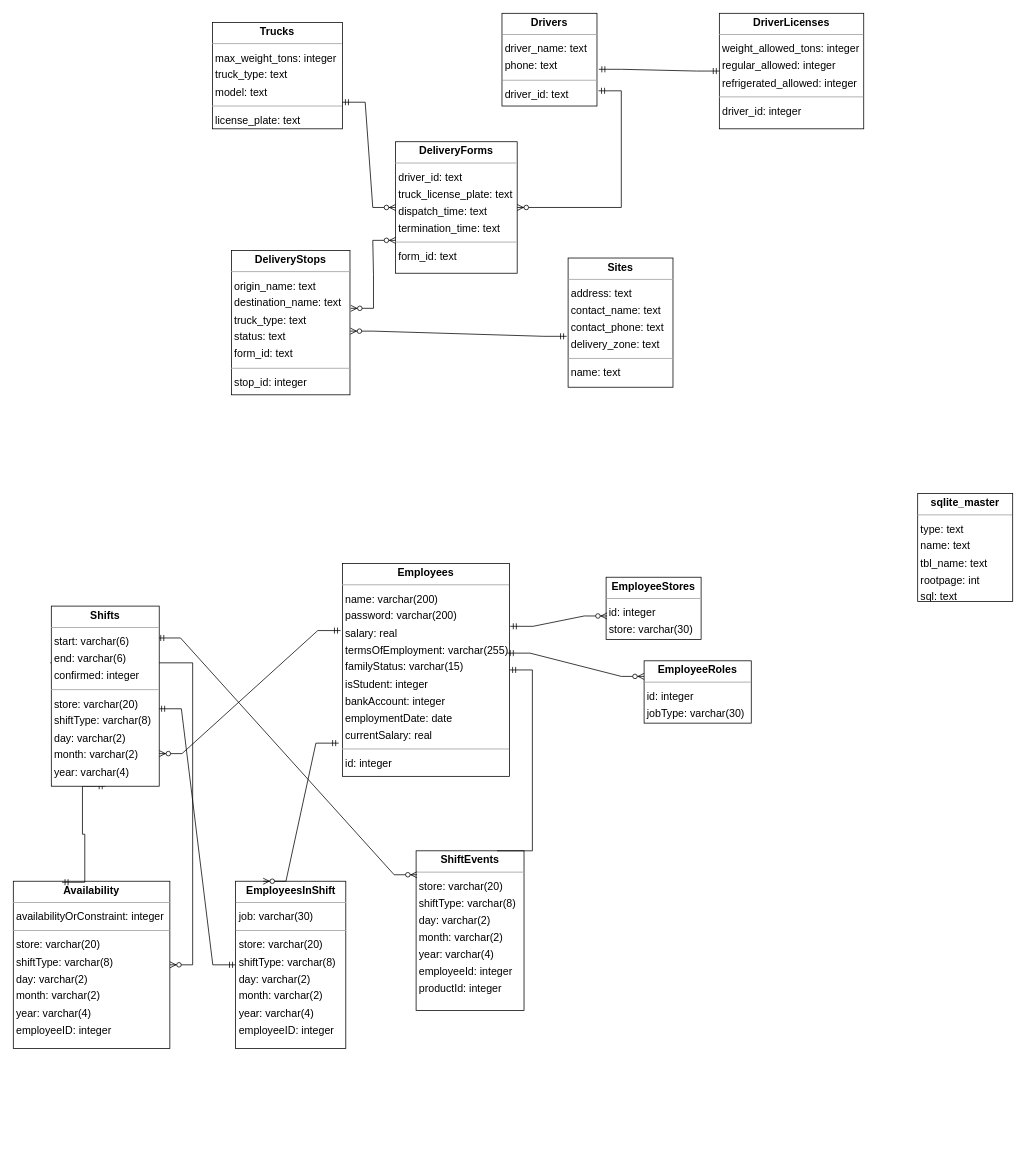
This is docs/DB ERD/HR_Deliveries_Database.drawio from peleg-bb/Supermarket-System, a draw.io file, before an edit. Source tidied: cells renumbered, new cells numbered last; positions are measured from the earlier drawing's top-left corner, leaving out a move shared by most shapes. Both pictures are drawn from the tidied source at 76%, with x=0, y=0 at pixel (13, 13).
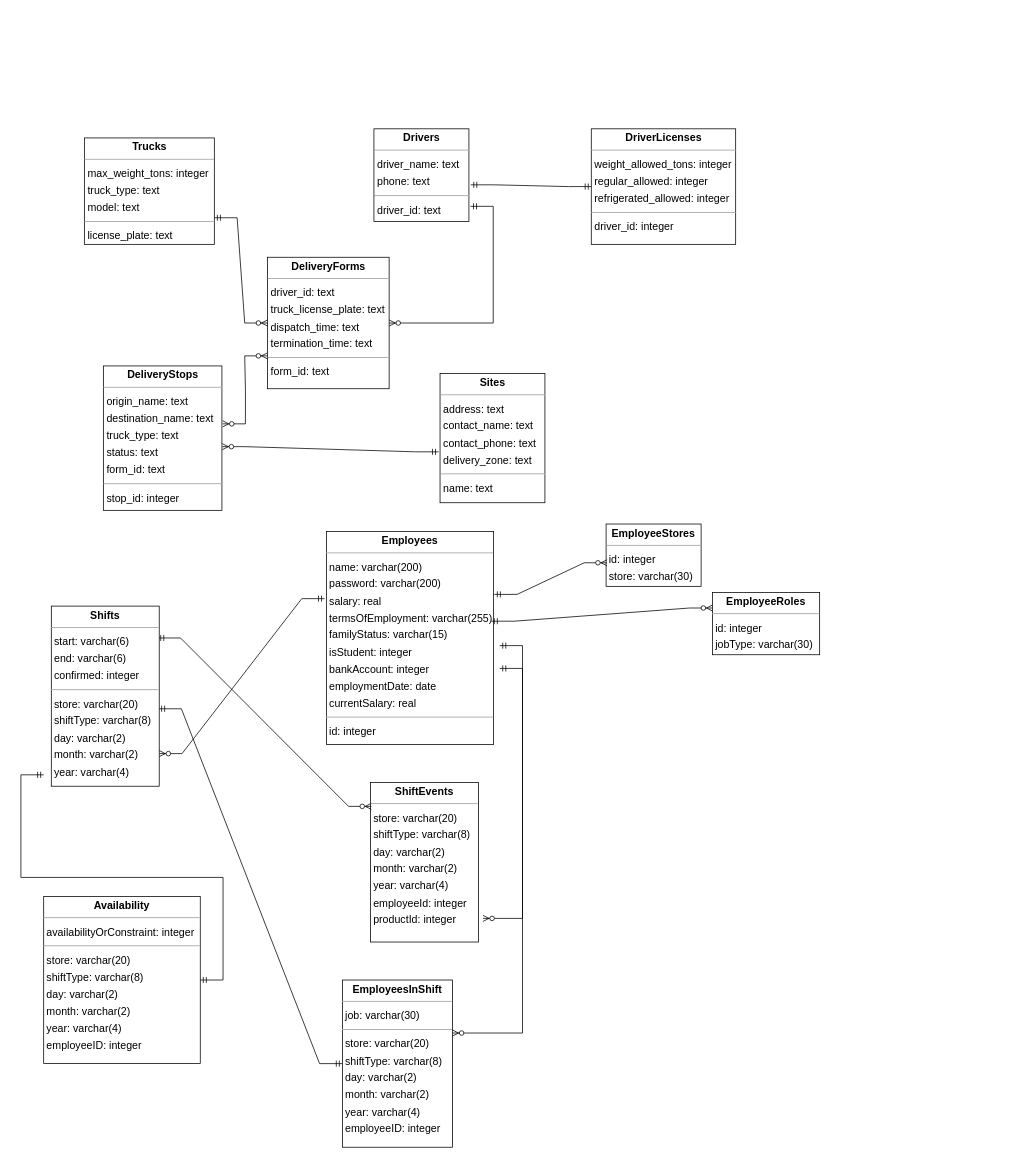
Above is the later version.

Unchanged cells that the change refers to:
```xml
<mxCell id="29" value="&lt;p style=&quot;margin:0px;margin-top:4px;text-align:center;&quot;&gt;&lt;b&gt;Shifts&lt;/b&gt;&lt;/p&gt;&lt;hr size=&quot;1&quot;/&gt;&lt;p style=&quot;margin:0 0 0 4px;line-height:1.6;&quot;&gt; start: varchar(6)&lt;br/&gt; end: varchar(6)&lt;br/&gt; confirmed: integer&lt;/p&gt;&lt;hr size=&quot;1&quot;/&gt;&lt;p style=&quot;margin:0 0 0 4px;line-height:1.6;&quot;&gt; store: varchar(20)&lt;br/&gt; shiftType: varchar(8)&lt;br/&gt; day: varchar(2)&lt;br/&gt; month: varchar(2)&lt;br/&gt; year: varchar(4)&lt;/p&gt;" style="verticalAlign=top;align=left;overflow=fill;fontSize=14;fontFamily=Helvetica;html=1;rounded=0;shadow=0;comic=0;labelBackgroundColor=none;strokeWidth=1;" parent="1" vertex="1">
  <mxGeometry x="50" y="780" width="142" height="237" as="geometry" />
</mxCell>
```

Diff of the diagram source:
```diff
@@
     <mxCell id="2" value="&lt;p style=&quot;margin:0px;margin-top:4px;text-align:center;&quot;&gt;&lt;b&gt;Availability&lt;/b&gt;&lt;/p&gt;&lt;hr size=&quot;1&quot;/&gt;&lt;p style=&quot;margin:0 0 0 4px;line-height:1.6;&quot;&gt; availabilityOrConstraint: integer&lt;/p&gt;&lt;hr size=&quot;1&quot;/&gt;&lt;p style=&quot;margin:0 0 0 4px;line-height:1.6;&quot;&gt; store: varchar(20)&lt;br/&gt; shiftType: varchar(8)&lt;br/&gt; day: varchar(2)&lt;br/&gt; month: varchar(2)&lt;br/&gt; year: varchar(4)&lt;br/&gt; employeeID: integer&lt;/p&gt;" style="verticalAlign=top;align=left;overflow=fill;fontSize=14;fontFamily=Helvetica;html=1;rounded=0;shadow=0;comic=0;labelBackgroundColor=none;strokeWidth=1;" parent="1" vertex="1">
-      <mxGeometry y="1142" width="206" height="220" as="geometry" />
+      <mxGeometry x="40" y="1162" width="206" height="220" as="geometry" />
     </mxCell>
     <mxCell id="3" value="&lt;p style=&quot;margin:0px;margin-top:4px;text-align:center;&quot;&gt;&lt;b&gt;DeliveryForms&lt;/b&gt;&lt;/p&gt;&lt;hr size=&quot;1&quot;/&gt;&lt;p style=&quot;margin:0 0 0 4px;line-height:1.6;&quot;&gt; driver_id: text&lt;br/&gt; truck_license_plate: text&lt;br/&gt; dispatch_time: text&lt;br/&gt; termination_time: text&lt;/p&gt;&lt;hr size=&quot;1&quot;/&gt;&lt;p style=&quot;margin:0 0 0 4px;line-height:1.6;&quot;&gt; form_id: text&lt;/p&gt;" style="verticalAlign=top;align=left;overflow=fill;fontSize=14;fontFamily=Helvetica;html=1;rounded=0;shadow=0;comic=0;labelBackgroundColor=none;strokeWidth=1;" parent="1" vertex="1">
-      <mxGeometry x="503" y="169" width="160" height="173" as="geometry" />
+      <mxGeometry x="334.5" y="321" width="160" height="173" as="geometry" />
     </mxCell>
     <mxCell id="4" value="&lt;p style=&quot;margin:0px;margin-top:4px;text-align:center;&quot;&gt;&lt;b&gt;DeliveryStops&lt;/b&gt;&lt;/p&gt;&lt;hr size=&quot;1&quot;/&gt;&lt;p style=&quot;margin:0 0 0 4px;line-height:1.6;&quot;&gt; origin_name: text&lt;br/&gt; destination_name: text&lt;br/&gt; truck_type: text&lt;br/&gt; status: text&lt;br/&gt; form_id: text&lt;/p&gt;&lt;hr size=&quot;1&quot;/&gt;&lt;p style=&quot;margin:0 0 0 4px;line-height:1.6;&quot;&gt; stop_id: integer&lt;/p&gt;" style="verticalAlign=top;align=left;overflow=fill;fontSize=14;fontFamily=Helvetica;html=1;rounded=0;shadow=0;comic=0;labelBackgroundColor=none;strokeWidth=1;" parent="1" vertex="1">
-      <mxGeometry x="287" y="312" width="156" height="190" as="geometry" />
+      <mxGeometry x="118.5" y="464" width="156" height="190" as="geometry" />
     </mxCell>
     <mxCell id="5" value="&lt;p style=&quot;margin:0px;margin-top:4px;text-align:center;&quot;&gt;&lt;b&gt;DriverLicenses&lt;/b&gt;&lt;/p&gt;&lt;hr size=&quot;1&quot;/&gt;&lt;p style=&quot;margin:0 0 0 4px;line-height:1.6;&quot;&gt; weight_allowed_tons: integer&lt;br/&gt; regular_allowed: integer&lt;br/&gt; refrigerated_allowed: integer&lt;/p&gt;&lt;hr size=&quot;1&quot;/&gt;&lt;p style=&quot;margin:0 0 0 4px;line-height:1.6;&quot;&gt; driver_id: integer&lt;/p&gt;" style="verticalAlign=top;align=left;overflow=fill;fontSize=14;fontFamily=Helvetica;html=1;rounded=0;shadow=0;comic=0;labelBackgroundColor=none;strokeWidth=1;" parent="1" vertex="1">
-      <mxGeometry x="929" width="190" height="152" as="geometry" />
+      <mxGeometry x="760.5" y="152" width="190" height="152" as="geometry" />
     </mxCell>
     <mxCell id="6" value="&lt;p style=&quot;margin:0px;margin-top:4px;text-align:center;&quot;&gt;&lt;b&gt;Drivers&lt;/b&gt;&lt;/p&gt;&lt;hr size=&quot;1&quot;/&gt;&lt;p style=&quot;margin:0 0 0 4px;line-height:1.6;&quot;&gt; driver_name: text&lt;br/&gt; phone: text&lt;/p&gt;&lt;hr size=&quot;1&quot;/&gt;&lt;p style=&quot;margin:0 0 0 4px;line-height:1.6;&quot;&gt; driver_id: text&lt;/p&gt;" style="verticalAlign=top;align=left;overflow=fill;fontSize=14;fontFamily=Helvetica;html=1;rounded=0;shadow=0;comic=0;labelBackgroundColor=none;strokeWidth=1;" parent="1" vertex="1">
-      <mxGeometry x="643" width="125" height="122" as="geometry" />
+      <mxGeometry x="474.5" y="152" width="125" height="122" as="geometry" />
     </mxCell>
     <mxCell id="7" value="&lt;p style=&quot;margin:0px;margin-top:4px;text-align:center;&quot;&gt;&lt;b&gt;Employees&lt;/b&gt;&lt;/p&gt;&lt;hr size=&quot;1&quot;/&gt;&lt;p style=&quot;margin:0 0 0 4px;line-height:1.6;&quot;&gt; name: varchar(200)&lt;br/&gt; password: varchar(200)&lt;br/&gt; salary: real&lt;br/&gt; termsOfEmployment: varchar(255)&lt;br/&gt; familyStatus: varchar(15)&lt;br/&gt; isStudent: integer&lt;br/&gt; bankAccount: integer&lt;br/&gt; employmentDate: date&lt;br/&gt; currentSalary: real&lt;/p&gt;&lt;hr size=&quot;1&quot;/&gt;&lt;p style=&quot;margin:0 0 0 4px;line-height:1.6;&quot;&gt; id: integer&lt;/p&gt;" style="verticalAlign=top;align=left;overflow=fill;fontSize=14;fontFamily=Helvetica;html=1;rounded=0;shadow=0;comic=0;labelBackgroundColor=none;strokeWidth=1;" parent="1" vertex="1">
-      <mxGeometry x="433" y="724" width="220" height="280" as="geometry" />
+      <mxGeometry x="412" y="682" width="220" height="280" as="geometry" />
     </mxCell>
     <mxCell id="8" value="&lt;p style=&quot;margin:0px;margin-top:4px;text-align:center;&quot;&gt;&lt;b&gt;EmployeesInShift&lt;/b&gt;&lt;/p&gt;&lt;hr size=&quot;1&quot;/&gt;&lt;p style=&quot;margin:0 0 0 4px;line-height:1.6;&quot;&gt; job: varchar(30)&lt;/p&gt;&lt;hr size=&quot;1&quot;/&gt;&lt;p style=&quot;margin:0 0 0 4px;line-height:1.6;&quot;&gt; store: varchar(20)&lt;br/&gt; shiftType: varchar(8)&lt;br/&gt; day: varchar(2)&lt;br/&gt; month: varchar(2)&lt;br/&gt; year: varchar(4)&lt;br/&gt; employeeID: integer&lt;/p&gt;" style="verticalAlign=top;align=left;overflow=fill;fontSize=14;fontFamily=Helvetica;html=1;rounded=0;shadow=0;comic=0;labelBackgroundColor=none;strokeWidth=1;" parent="1" vertex="1">
-      <mxGeometry x="292.5" y="1142" width="145" height="220" as="geometry" />
+      <mxGeometry x="433" y="1272" width="145" height="220" as="geometry" />
     </mxCell>
     <mxCell id="9" value="&lt;p style=&quot;margin:0px;margin-top:4px;text-align:center;&quot;&gt;&lt;b&gt;EmployeeRoles&lt;/b&gt;&lt;/p&gt;&lt;hr size=&quot;1&quot;&gt;&lt;p style=&quot;margin:0 0 0 4px;line-height:1.6;&quot;&gt; id: integer&lt;br&gt; jobType: varchar(30)&lt;/p&gt;" style="verticalAlign=top;align=left;overflow=fill;fontSize=14;fontFamily=Helvetica;html=1;rounded=0;shadow=0;comic=0;labelBackgroundColor=none;strokeWidth=1;" parent="1" vertex="1">
-      <mxGeometry x="830" y="852" width="141" height="82" as="geometry" />
+      <mxGeometry x="920" y="762" width="141" height="82" as="geometry" />
     </mxCell>
     <mxCell id="10" value="&lt;p style=&quot;margin:0px;margin-top:4px;text-align:center;&quot;&gt;&lt;b&gt;ShiftEvents&lt;/b&gt;&lt;/p&gt;&lt;hr size=&quot;1&quot;/&gt;&lt;p style=&quot;margin:0 0 0 4px;line-height:1.6;&quot;&gt; store: varchar(20)&lt;br/&gt; shiftType: varchar(8)&lt;br/&gt; day: varchar(2)&lt;br/&gt; month: varchar(2)&lt;br/&gt; year: varchar(4)&lt;br/&gt; employeeId: integer&lt;br/&gt; productId: integer&lt;/p&gt;" style="verticalAlign=top;align=left;overflow=fill;fontSize=14;fontFamily=Helvetica;html=1;rounded=0;shadow=0;comic=0;labelBackgroundColor=none;strokeWidth=1;" parent="1" vertex="1">
-      <mxGeometry x="530" y="1102" width="142" height="210" as="geometry" />
+      <mxGeometry x="470" y="1012" width="142" height="210" as="geometry" />
     </mxCell>
     <mxCell id="11" value="&lt;p style=&quot;margin:0px;margin-top:4px;text-align:center;&quot;&gt;&lt;b&gt;Sites&lt;/b&gt;&lt;/p&gt;&lt;hr size=&quot;1&quot;/&gt;&lt;p style=&quot;margin:0 0 0 4px;line-height:1.6;&quot;&gt; address: text&lt;br/&gt; contact_name: text&lt;br/&gt; contact_phone: text&lt;br/&gt; delivery_zone: text&lt;/p&gt;&lt;hr size=&quot;1&quot;/&gt;&lt;p style=&quot;margin:0 0 0 4px;line-height:1.6;&quot;&gt; name: text&lt;/p&gt;" style="verticalAlign=top;align=left;overflow=fill;fontSize=14;fontFamily=Helvetica;html=1;rounded=0;shadow=0;comic=0;labelBackgroundColor=none;strokeWidth=1;" parent="1" vertex="1">
-      <mxGeometry x="730" y="322" width="138" height="170" as="geometry" />
+      <mxGeometry x="561.5" y="474" width="138" height="170" as="geometry" />
     </mxCell>
     <mxCell id="12" value="&lt;p style=&quot;margin:0px;margin-top:4px;text-align:center;&quot;&gt;&lt;b&gt;EmployeeStores&lt;/b&gt;&lt;/p&gt;&lt;hr size=&quot;1&quot;&gt;&lt;p style=&quot;margin:0 0 0 4px;line-height:1.6;&quot;&gt; id: integer&lt;br&gt; store: varchar(30)&lt;/p&gt;" style="verticalAlign=top;align=left;overflow=fill;fontSize=14;fontFamily=Helvetica;html=1;rounded=0;shadow=0;comic=0;labelBackgroundColor=none;strokeWidth=1;" parent="1" vertex="1">
-      <mxGeometry x="780" y="742" width="125" height="82" as="geometry" />
+      <mxGeometry x="780" y="672" width="125" height="82" as="geometry" />
     </mxCell>
     <mxCell id="13" value="&lt;p style=&quot;margin:0px;margin-top:4px;text-align:center;&quot;&gt;&lt;b&gt;Trucks&lt;/b&gt;&lt;/p&gt;&lt;hr size=&quot;1&quot;/&gt;&lt;p style=&quot;margin:0 0 0 4px;line-height:1.6;&quot;&gt; max_weight_tons: integer&lt;br/&gt; truck_type: text&lt;br/&gt; model: text&lt;/p&gt;&lt;hr size=&quot;1&quot;/&gt;&lt;p style=&quot;margin:0 0 0 4px;line-height:1.6;&quot;&gt; license_plate: text&lt;/p&gt;" style="verticalAlign=top;align=left;overflow=fill;fontSize=14;fontFamily=Helvetica;html=1;rounded=0;shadow=0;comic=0;labelBackgroundColor=none;strokeWidth=1;" parent="1" vertex="1">
-      <mxGeometry x="262" y="12" width="171" height="140" as="geometry" />
+      <mxGeometry x="93.5" y="164" width="171" height="140" as="geometry" />
     </mxCell>
-    <mxCell id="14" value="&lt;p style=&quot;margin:0px;margin-top:4px;text-align:center;&quot;&gt;&lt;b&gt;sqlite_master&lt;/b&gt;&lt;/p&gt;&lt;hr size=&quot;1&quot;/&gt;&lt;p style=&quot;margin:0 0 0 4px;line-height:1.6;&quot;&gt; type: text&lt;br/&gt; name: text&lt;br/&gt; tbl_name: text&lt;br/&gt; rootpage: int&lt;br/&gt; sql: text&lt;/p&gt;" style="verticalAlign=top;align=left;overflow=fill;fontSize=14;fontFamily=Helvetica;html=1;rounded=0;shadow=0;comic=0;labelBackgroundColor=none;strokeWidth=1;" parent="1" vertex="1">
-      <mxGeometry x="1190" y="632" width="125" height="142" as="geometry" />
-    </mxCell>
@@
     <mxCell id="19" style="edgeStyle=entityRelationEdgeStyle;fontSize=12;html=1;endArrow=ERzeroToMany;startArrow=ERmandOne;rounded=0;" parent="1" edge="1" target="3">
       <mxGeometry relative="1" as="geometry">
-        <mxPoint x="770" y="102" as="sourcePoint" />
+        <mxPoint x="601.5" y="254" as="sourcePoint" />
       </mxGeometry>
     </mxCell>
@@
-    <mxCell id="23" style="edgeStyle=entityRelationEdgeStyle;fontSize=12;html=1;endArrow=ERzeroToMany;startArrow=ERmandOne;rounded=0;exitX=-0.011;exitY=0.315;exitDx=0;exitDy=0;exitPerimeter=0;" parent="1" edge="1" source="29" target="2">
-      <mxGeometry relative="1" as="geometry" />
-    </mxCell>
-    <mxCell id="24" style="edgeStyle=entityRelationEdgeStyle;fontSize=12;html=1;endArrow=ERzeroToMany;startArrow=ERmandOne;rounded=0;entryX=0.25;entryY=0;entryDx=0;entryDy=0;exitX=-0.022;exitY=0.844;exitDx=0;exitDy=0;exitPerimeter=0;" parent="1" edge="1" source="7" target="8">
-      <mxGeometry relative="1" as="geometry" />
+    <mxCell id="24" style="edgeStyle=entityRelationEdgeStyle;fontSize=12;html=1;endArrow=ERzeroToMany;startArrow=ERmandOne;rounded=0;entryX=0.999;entryY=0.317;entryDx=0;entryDy=0;entryPerimeter=0;" parent="1" edge="1" target="8">
+      <mxGeometry relative="1" as="geometry">
+        <mxPoint x="640" y="832" as="sourcePoint" />
+      </mxGeometry>
     </mxCell>
-    <mxCell id="25" style="edgeStyle=entityRelationEdgeStyle;fontSize=12;html=1;endArrow=ERmandOne;startArrow=ERmandOne;rounded=0;entryX=0.5;entryY=1;entryDx=0;entryDy=0;exitX=0.311;exitY=0.006;exitDx=0;exitDy=0;exitPerimeter=0;" parent="1" edge="1" source="2" target="29">
-      <mxGeometry relative="1" as="geometry" />
-    </mxCell>
@@
-    <mxCell id="27" style="edgeStyle=entityRelationEdgeStyle;fontSize=12;html=1;endArrow=ERmandOne;rounded=0;exitX=0.75;exitY=0;exitDx=0;exitDy=0;" parent="1" edge="1" source="10" target="7">
-      <mxGeometry relative="1" as="geometry" />
-    </mxCell>
@@
+    <mxCell id="30" style="edgeStyle=entityRelationEdgeStyle;fontSize=12;html=1;endArrow=ERmandOne;startArrow=ERmandOne;rounded=0;" parent="1" edge="1" source="2">
+      <mxGeometry relative="1" as="geometry">
+        <mxPoint x="40" y="1002" as="targetPoint" />
+      </mxGeometry>
+    </mxCell>
+    <mxCell id="31" style="edgeStyle=entityRelationEdgeStyle;fontSize=12;html=1;endArrow=ERzeroToMany;startArrow=ERmandOne;rounded=0;entryX=1.042;entryY=0.852;entryDx=0;entryDy=0;entryPerimeter=0;" parent="1" edge="1" target="10">
+      <mxGeometry relative="1" as="geometry">
+        <mxPoint x="640" y="862" as="sourcePoint" />
+      </mxGeometry>
+    </mxCell>
```
